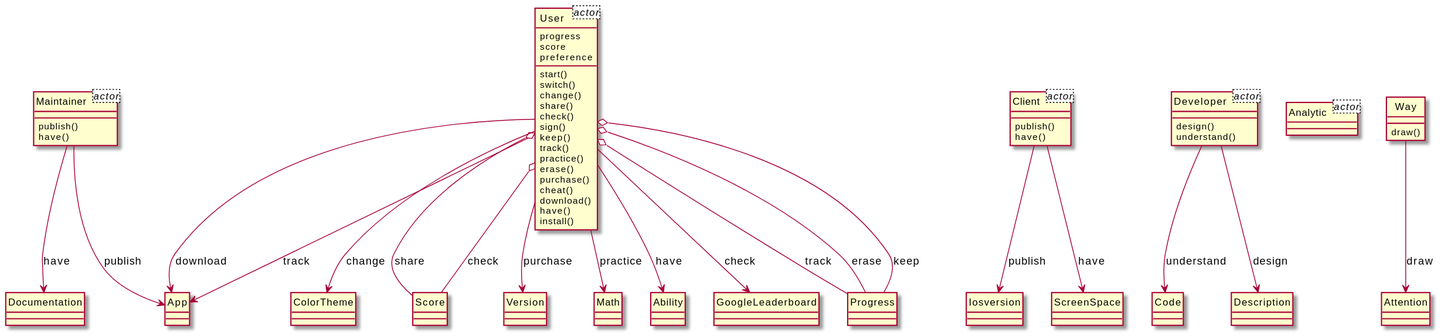
Above: output/diagram_5/2018-USC-Project07.svg in xixixhalu/DomainModelExtractor (PlantUML), before the change.
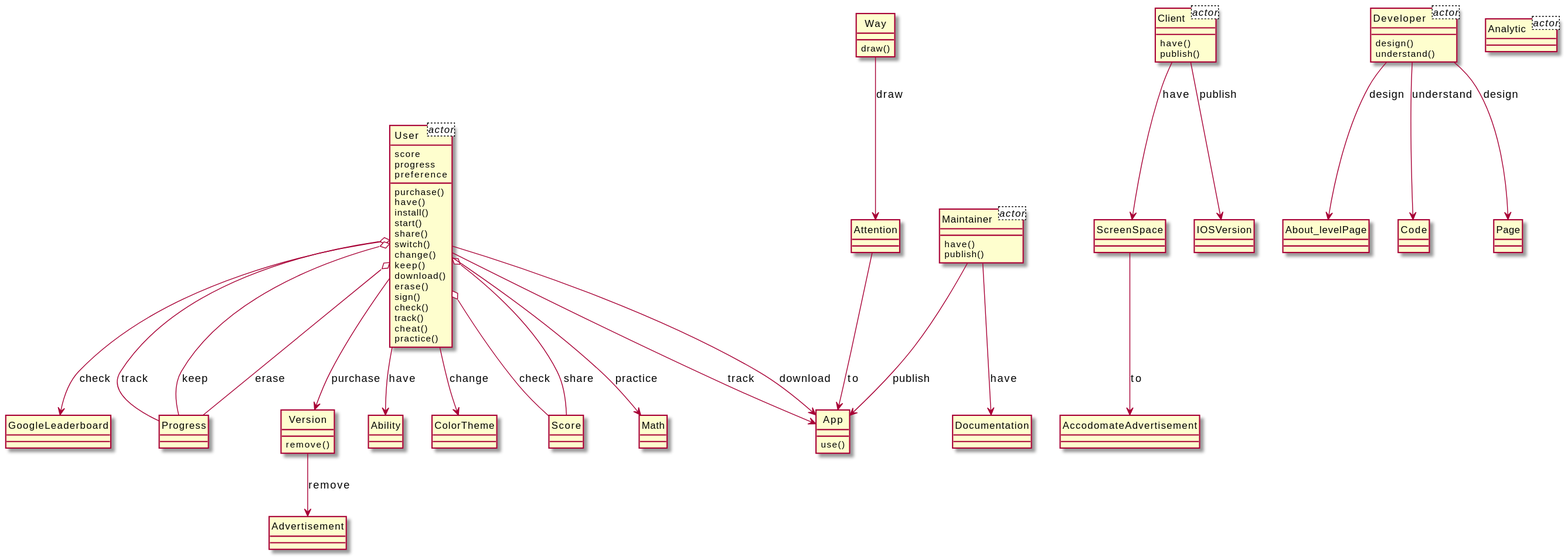
The same file after the commit.

What changed in the source:
```diff
@@ -1,8 +1,8 @@
 @startuml
 hide circle
 class User<actor> {
+	score
 	progress
-	score
 	preference
 }
 class Client<actor> {
@@ -13,83 +13,95 @@
 }
 class Analytic<actor> {
 }
+class Maintainer {
+	have()
+	publish()
+}
+class Documentation {
+}
 class User {
+	purchase()
+	have()
+	install()
 	start()
+	share()
 	switch()
 	change()
-	share()
+	keep()
+	download()
+	erase()
+	sign()
 	check()
-	sign()
-	keep()
 	track()
+	cheat()
 	practice()
-	erase()
-	purchase()
-	cheat()
-	download()
-	have()
-	install()
 }
-class Progress {
-}
-class App {
-}
-class ColorTheme {
-}
-class Client {
-	publish()
-	have()
-}
-class Iosversion {
+class Score {
 }
 class Developer {
 	design()
 	understand()
 }
-class Score {
-}
-class Version {
-}
 class Math {
 }
+class GoogleLeaderboard {
+}
+class App {
+	use()
+}
+class About_levelPage {
+}
+class Progress {
+}
+class Client {
+	have()
+	publish()
+}
 class ScreenSpace {
-}
-class Maintainer {
-	publish()
-	have()
-}
-class Code {
-}
-class Ability {
 }
 class Way {
 	draw()
 }
 class Attention {
 }
-class Description {
+class Version {
+	remove()
 }
-class Documentation {
+class Advertisement {
 }
-class GoogleLeaderboard {
+class Code {
 }
+class Ability {
+}
+class IOSVersion {
+}
+class ColorTheme {
+}
+class Page {
+}
+class AccodomateAdvertisement {
+}
+Maintainer --> Documentation : have
+User --> App : track
+Maintainer --> App : publish
+User --> GoogleLeaderboard : check
+Client --> IOSVersion : publish
+Developer --> About_levelPage : design
+User o-- Progress : track
+User o-- Score : share
+User o-- Progress : keep
+User --> ColorTheme : change
 User o-- Progress : erase
-User o-- Progress : keep
-Maintainer --> Documentation : have
+Developer --> Page : design
+User o-- Score : check
+Client --> ScreenSpace : have
+ScreenSpace --> AccodomateAdvertisement : to
 User --> App : download
-User --> App : track
-User o-- Score : share
+Attention --> App : to
+User --> Ability : have
+User --> Math : practice
+Way --> Attention : draw
 User --> Version : purchase
-User --> GoogleLeaderboard : check
-User --> Math : practice
-Client --> ScreenSpace : have
-User o-- Score : check
+Version --> Advertisement : remove
 Developer --> Code : understand
-Client --> Iosversion : publish
-User --> Ability : have
-Maintainer --> App : publish
-Way --> Attention : draw
-Developer --> Description : design
-User o-- Progress : track
-User --> ColorTheme : change
 @enduml
```
